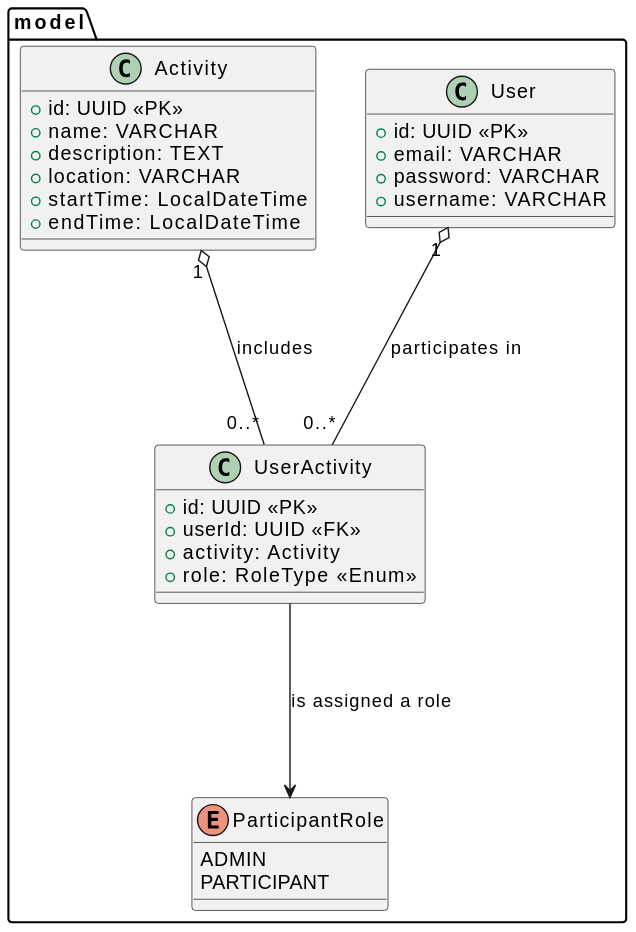
Before: misc/DatabaseDiagram.svg, a diagram exported from PlantUML (BUMETCS673/CS673OLSum25Team1).
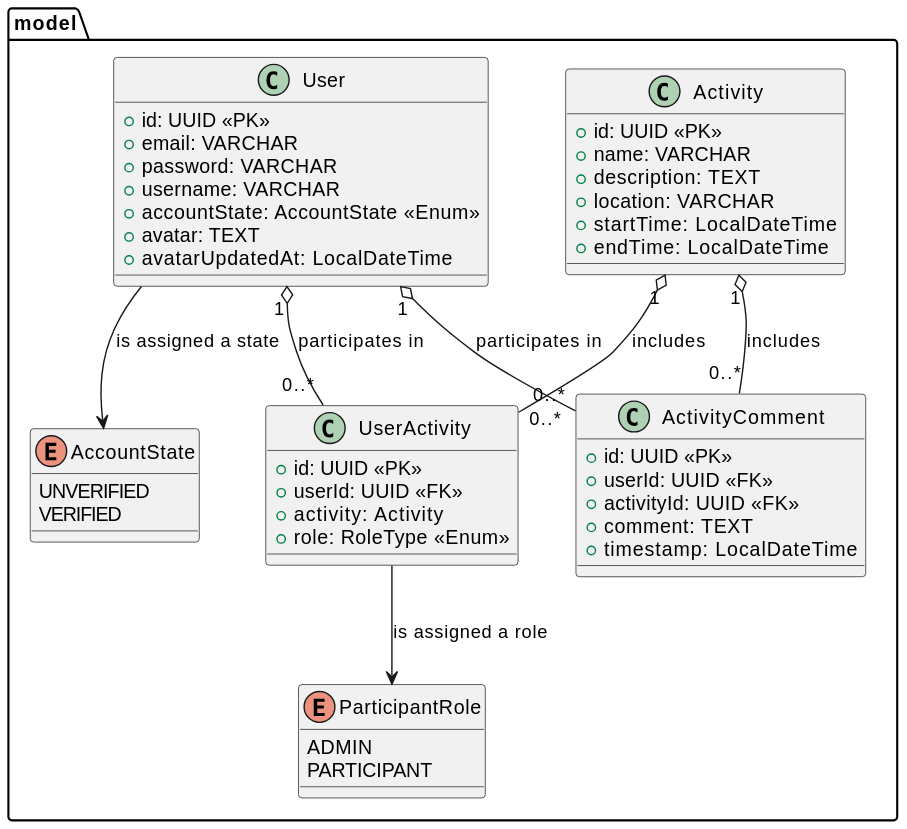
The same diagram one commit later.

Commit message:
fix(doc): update readme and database diagram

Change to the diagram source:
```diff
@@ -6,11 +6,19 @@
         +email: VARCHAR
         +password: VARCHAR
         +username: VARCHAR
+        +accountState: AccountState <<Enum>>
+        +avatar: TEXT
+        +avatarUpdatedAt: LocalDateTime
     }
 
     enum ParticipantRole {
         ADMIN
         PARTICIPANT
+    }
+
+    enum AccountState {
+        UNVERIFIED
+        VERIFIED
     }
 
     class Activity {
@@ -28,11 +36,22 @@
         +activity: Activity
         +role: RoleType <<Enum>>
     }
+
+    class ActivityComment {
+        +id: UUID <<PK>>
+        +userId: UUID <<FK>>
+        +activityId: UUID <<FK>>
+        +comment: TEXT
+        +timestamp: LocalDateTime
+    }
 }
 
     User "1" o-- "0..*" UserActivity : participates in
     Activity "1" o-- "0..*" UserActivity : includes
     UserActivity --> ParticipantRole : is assigned a role
+    User --> AccountState : is assigned a state
+    User "1" o-- "0..*" ActivityComment : participates in
+    Activity "1" o-- "0..*" ActivityComment : includes
 
 }
 @enduml
```
